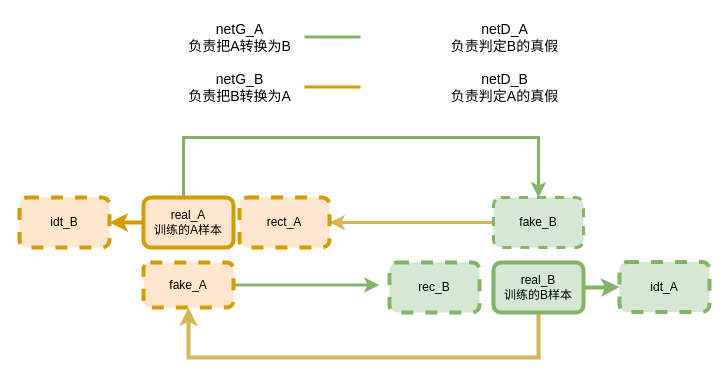
Above: cyclegan.drawio in yuanchaowang/subscribe (draw.io), before the change. Source tidied: cells renumbered, new cells numbered last; positions are measured from the earlier drawing's top-left corner, leaving out a move shared by most shapes. Both pictures are drawn from the tidied source at 100%, with x=0, y=0 at pixel (19, 17).
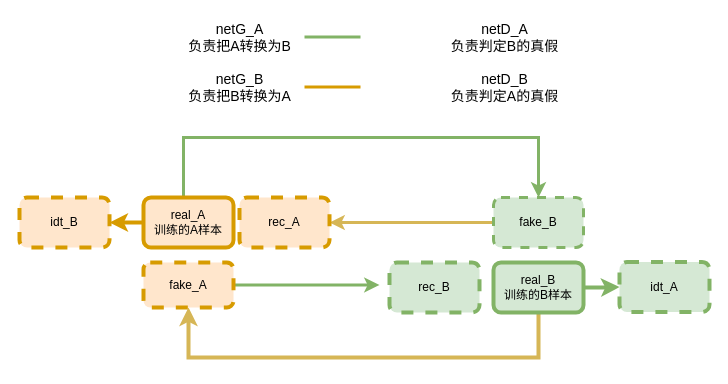
The same diagram, later.

Change to the diagram source:
```diff
@@
-    <mxCell id="14" value="rect_A" style="rounded=1;whiteSpace=wrap;html=1;fillColor=#ffe6cc;strokeColor=#d79b00;strokeWidth=4;dashed=1;" parent="1" vertex="1">
+    <mxCell id="14" value="rec_A" style="rounded=1;whiteSpace=wrap;html=1;fillColor=#ffe6cc;strokeColor=#d79b00;strokeWidth=4;dashed=1;" parent="1" vertex="1">
       <mxGeometry x="220" y="180" width="90" height="50" as="geometry" />
     </mxCell>
```
